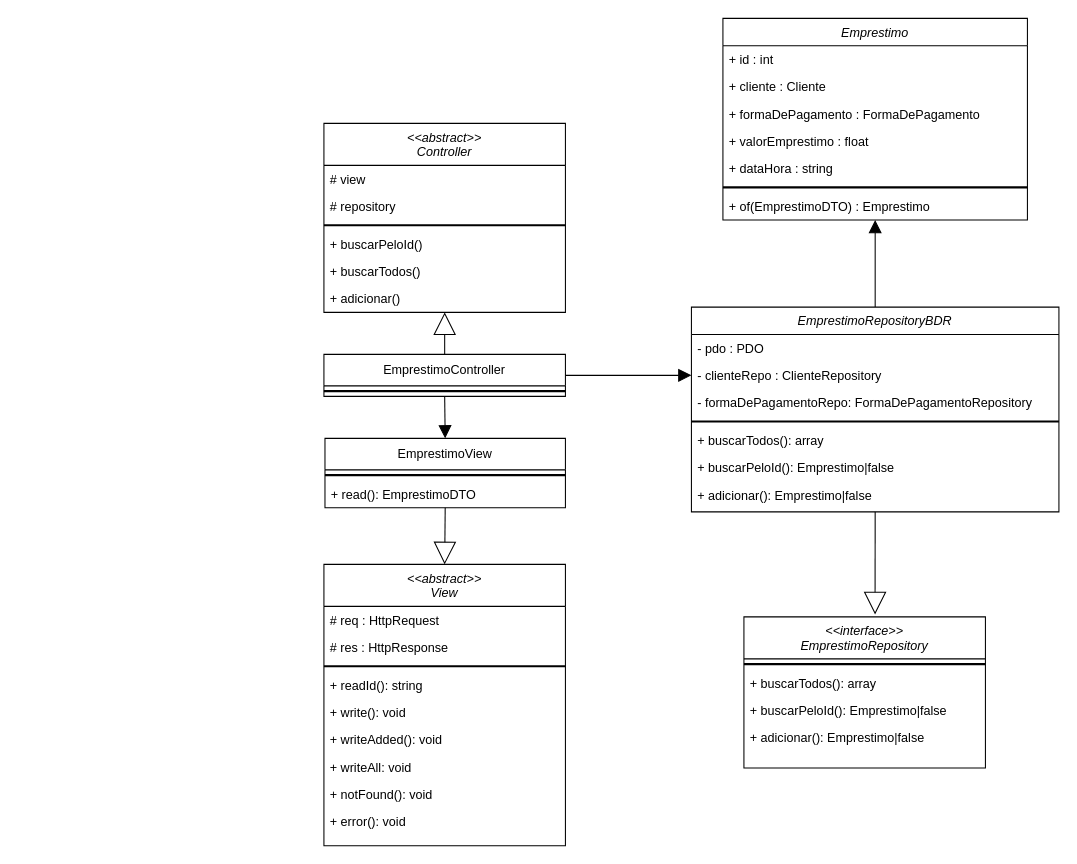
Before: Diagramas/modelo_principal_funcionalidade.drawio in Raulzito311/AcmeSF, a draw.io diagram. Source tidied: cells renumbered, new cells numbered last; positions are measured from the earlier drawing's top-left corner, leaving out a move shared by most shapes. Both pictures are drawn from the tidied source at 105%, with x=0, y=0 at pixel (323, 18).
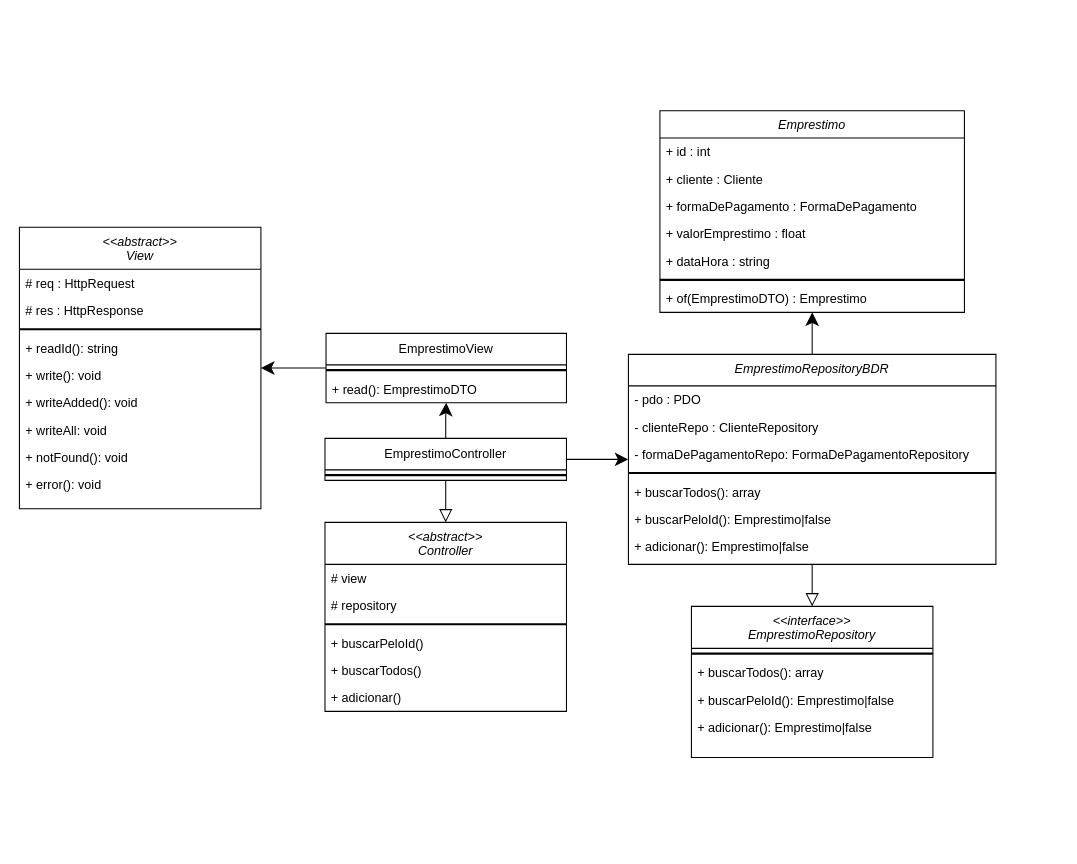
Above is the later version.

Change to the diagram source:
```diff
@@
     <mxCell id="2" value="Emprestimo" style="swimlane;fontStyle=2;align=center;verticalAlign=top;horizontal=1;startSize=26;rounded=0;shadow=0;strokeWidth=1;" parent="1" vertex="1">
-      <mxGeometry x="380" width="290" height="192" as="geometry" />
+      <mxGeometry x="320" y="88" width="290" height="192" as="geometry" />
     </mxCell>
@@
+    <mxCell id="12" style="edgeStyle=orthogonalEdgeStyle;rounded=0;jettySize=auto;html=1;endArrow=block;endFill=0;endSize=10;" parent="1" edge="1" source="10" target="13">
+      <mxGeometry relative="1" as="geometry" />
+    </mxCell>
+    <mxCell id="49" style="edgeStyle=orthogonalEdgeStyle;rounded=0;jettySize=auto;html=1;endSize=10;" parent="1" edge="1" source="10" target="30">
+      <mxGeometry relative="1" as="geometry" />
+    </mxCell>
     <mxCell id="10" value="EmprestimoController" style="swimlane;fontStyle=0;horizontal=1;startSize=30;whiteSpace=wrap;html=1;" parent="1" vertex="1">
-      <mxGeometry y="320" width="230" height="40" as="geometry" />
+      <mxGeometry x="1" y="400" width="230" height="40" as="geometry" />
     </mxCell>
@@
-    <mxCell id="12" style="endArrow=block;html=1;rounded=0;endFill=0;startSize=20;sourcePerimeterSpacing=20;endSize=19;exitX=0.5;exitY=0;exitDx=0;exitDy=0;entryX=0.5;entryY=1;entryDx=0;entryDy=0;" parent="1" edge="1" source="10" target="13">
-      <mxGeometry relative="1" as="geometry" />
-    </mxCell>
     <mxCell id="13" value="&lt;&lt;abstract&gt;&gt;&#10;Controller" style="swimlane;fontStyle=2;align=center;verticalAlign=top;horizontal=1;startSize=40;rounded=0;shadow=0;strokeWidth=1;" parent="1" vertex="1">
-      <mxGeometry y="100" width="230" height="180" as="geometry" />
+      <mxGeometry x="1" y="480" width="230" height="180" as="geometry" />
     </mxCell>
@@
     <mxCell id="20" value="&lt;&lt;abstract&gt;&gt;&#10;View" style="swimlane;fontStyle=2;align=center;verticalAlign=top;horizontal=1;startSize=40;rounded=0;shadow=0;strokeWidth=1;" parent="1" vertex="1">
-      <mxGeometry y="520" width="230" height="268" as="geometry" />
+      <mxGeometry x="-290" y="199" width="230" height="268" as="geometry" />
     </mxCell>
@@
     <mxCell id="30" value="EmprestimoView" style="swimlane;fontStyle=0;horizontal=1;startSize=30;whiteSpace=wrap;html=1;" parent="1" vertex="1">
-      <mxGeometry x="1" y="400" width="229" height="66" as="geometry" />
+      <mxGeometry x="2" y="300" width="229" height="66" as="geometry" />
     </mxCell>
@@
-    <mxCell id="33" style="endArrow=block;html=1;rounded=0;endFill=0;startSize=20;sourcePerimeterSpacing=20;endSize=19;exitX=0.5;exitY=1;exitDx=0;exitDy=0;entryX=0.5;entryY=0;entryDx=0;entryDy=0;" parent="1" edge="1" source="30" target="20">
-      <mxGeometry relative="1" as="geometry" />
-    </mxCell>
     <mxCell id="34" value="&lt;&lt;interface&gt;&gt;&#10;EmprestimoRepository" style="swimlane;fontStyle=2;align=center;verticalAlign=top;horizontal=1;startSize=40;rounded=0;shadow=0;strokeWidth=1;" parent="1" vertex="1">
-      <mxGeometry x="400" y="570" width="230" height="144" as="geometry" />
+      <mxGeometry x="350" y="560" width="230" height="144" as="geometry" />
     </mxCell>
@@
-    <mxCell id="39" value="EmprestimoRepositoryBDR" style="swimlane;fontStyle=2;align=center;verticalAlign=top;horizontal=1;startSize=26;rounded=0;shadow=0;strokeWidth=1;" parent="1" vertex="1">
-      <mxGeometry x="350" y="275" width="350" height="195" as="geometry" />
+    <mxCell id="39" value="EmprestimoRepositoryBDR" style="swimlane;fontStyle=2;align=center;verticalAlign=top;horizontal=1;startSize=30;rounded=0;shadow=0;strokeWidth=1;" parent="1" vertex="1">
+      <mxGeometry x="290" y="320" width="350" height="200" as="geometry" />
     </mxCell>
     <mxCell id="40" value="- pdo : PDO" style="text;align=left;verticalAlign=top;spacingLeft=4;spacingRight=4;overflow=hidden;" parent="39" vertex="1">
-      <mxGeometry y="26" width="350" height="26" as="geometry" />
+      <mxGeometry y="30" width="350" height="26" as="geometry" />
     </mxCell>
     <mxCell id="41" value="- clienteRepo : ClienteRepository" style="text;align=left;verticalAlign=top;spacingLeft=4;spacingRight=4;overflow=hidden;points=[[0,0.5],[1,0.5]];portConstraint=eastwest;rounded=0;shadow=0;html=0;" parent="39" vertex="1">
-      <mxGeometry y="52" width="350" height="26" as="geometry" />
+      <mxGeometry y="56" width="350" height="26" as="geometry" />
     </mxCell>
     <mxCell id="42" value="- formaDePagamentoRepo: FormaDePagamentoRepository" style="text;align=left;verticalAlign=top;spacingLeft=4;spacingRight=4;overflow=hidden;rounded=0;shadow=0;html=0;" parent="39" vertex="1">
-      <mxGeometry y="78" width="350" height="26" as="geometry" />
+      <mxGeometry y="82" width="350" height="26" as="geometry" />
     </mxCell>
     <mxCell id="43" style="line;strokeWidth=2;html=1;" parent="39" vertex="1">
-      <mxGeometry y="104" width="350" height="10" as="geometry" />
+      <mxGeometry y="108" width="350" height="10" as="geometry" />
     </mxCell>
     <mxCell id="44" value="+ buscarTodos(): array" style="text;align=left;verticalAlign=top;spacingLeft=4;spacingRight=4;overflow=hidden;" parent="39" vertex="1">
-      <mxGeometry y="114" width="350" height="26" as="geometry" />
+      <mxGeometry y="118" width="350" height="26" as="geometry" />
     </mxCell>
     <mxCell id="45" value="+ buscarPeloId(): Emprestimo|false" style="text;align=left;verticalAlign=top;spacingLeft=4;spacingRight=4;overflow=hidden;" parent="39" vertex="1">
-      <mxGeometry y="140" width="350" height="26" as="geometry" />
+      <mxGeometry y="144" width="350" height="26" as="geometry" />
     </mxCell>
     <mxCell id="46" value="+ adicionar(): Emprestimo|false" style="text;align=left;verticalAlign=top;spacingLeft=4;spacingRight=4;overflow=hidden;" parent="39" vertex="1">
-      <mxGeometry y="166" width="350" height="26" as="geometry" />
+      <mxGeometry y="170" width="350" height="26" as="geometry" />
     </mxCell>
-    <mxCell id="47" style="endArrow=block;html=1;rounded=0;endFill=1;startSize=20;sourcePerimeterSpacing=20;endSize=10;exitX=1;exitY=0.5;exitDx=0;exitDy=0;entryX=0;entryY=0.5;entryDx=0;entryDy=0;" parent="1" edge="1" source="10" target="41">
+    <mxCell id="47" style="endArrow=classic;html=1;rounded=0;endFill=1;startSize=20;sourcePerimeterSpacing=20;endSize=10;exitX=1;exitY=0.5;exitDx=0;exitDy=0;" parent="1" edge="1" source="10" target="39">
       <mxGeometry relative="1" as="geometry" />
     </mxCell>
-    <mxCell id="48" style="endArrow=block;html=1;rounded=0;endFill=1;startSize=20;sourcePerimeterSpacing=20;endSize=10;exitX=0.5;exitY=0;exitDx=0;exitDy=0;entryX=0.5;entryY=1;entryDx=0;entryDy=0;" parent="1" edge="1" source="39" target="2">
+    <mxCell id="48" style="endArrow=classic;html=1;rounded=0;endFill=1;startSize=20;sourcePerimeterSpacing=20;endSize=10;exitX=0.5;exitY=0;exitDx=0;exitDy=0;entryX=0.5;entryY=1;entryDx=0;entryDy=0;" parent="1" edge="1" source="39" target="2">
       <mxGeometry relative="1" as="geometry" />
     </mxCell>
-    <mxCell id="49" style="endArrow=block;html=1;rounded=0;endFill=1;startSize=20;sourcePerimeterSpacing=20;endSize=10;entryX=0.5;entryY=0;entryDx=0;entryDy=0;exitX=0.5;exitY=1;exitDx=0;exitDy=0;" parent="1" edge="1" source="10" target="30">
-      <mxGeometry relative="1" as="geometry" />
-    </mxCell>
-    <mxCell id="50" style="endArrow=block;html=1;rounded=0;endFill=0;startSize=20;sourcePerimeterSpacing=20;endSize=19;entryX=0.543;entryY=-0.016;entryDx=0;entryDy=0;entryPerimeter=0;exitX=0.5;exitY=1;exitDx=0;exitDy=0;" parent="1" edge="1" source="39" target="34">
+    <mxCell id="50" style="endArrow=block;html=1;rounded=0;endFill=0;startSize=20;sourcePerimeterSpacing=20;endSize=10;exitX=0.5;exitY=1;exitDx=0;exitDy=0;entryX=0.5;entryY=0;entryDx=0;entryDy=0;" parent="1" edge="1" source="39" target="34">
       <mxGeometry relative="1" as="geometry" />
     </mxCell>
+    <mxCell id="33" style="edgeStyle=orthogonalEdgeStyle;rounded=0;jettySize=auto;html=1;endSize=10;" parent="1" edge="1" source="30" target="20">
+      <mxGeometry relative="1" as="geometry" />
+    </mxCell>
```
